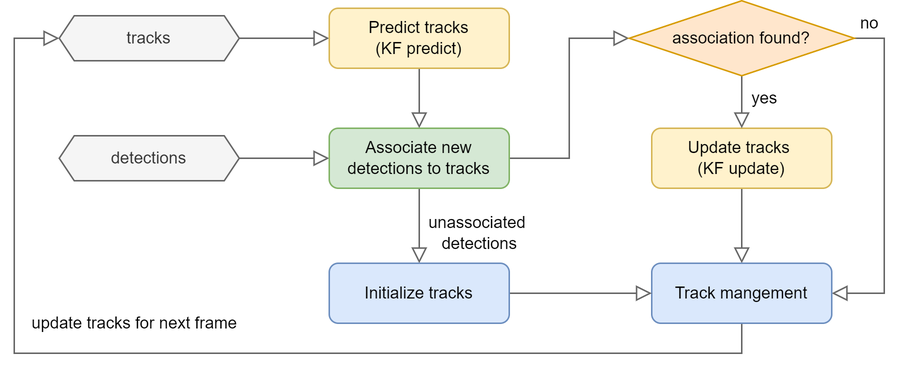
Before: content/posts/images/SORT_diagram.png, a diagram exported from draw.io (trujilloRJ/personal_blog). Source tidied: cells renumbered, new cells last; positions are measured from the earlier drawing's top-left corner, leaving out a move shared by most shapes. Source of this version:
```xml
<mxGraphModel>
  <root>
    <mxCell id="0" />
    <mxCell id="1" parent="0" />
    <mxCell id="2" style="edgeStyle=orthogonalEdgeStyle;shape=connector;rounded=0;jettySize=auto;html=1;exitX=1;exitY=0.5;exitDx=0;exitDy=0;shadow=0;strokeColor=#666666;strokeWidth=1;align=center;verticalAlign=middle;fontFamily=Helvetica;fontSize=11;fontColor=default;labelBackgroundColor=none;endArrow=block;endFill=0;endSize=8;fillColor=#f5f5f5;" parent="1" edge="1" source="3" target="10">
      <mxGeometry relative="1" as="geometry" />
    </mxCell>
    <mxCell id="3" value="detections" style="shape=hexagon;perimeter=hexagonPerimeter2;whiteSpace=wrap;html=1;fixedSize=1;fontFamily=Helvetica;fontSize=11;fontColor=#333333;labelBackgroundColor=none;size=10;fillColor=#f5f5f5;strokeColor=#666666;" parent="1" vertex="1">
      <mxGeometry x="30" y="90" width="120" height="30" as="geometry" />
    </mxCell>
    <mxCell id="4" style="edgeStyle=orthogonalEdgeStyle;shape=connector;rounded=0;jettySize=auto;html=1;exitX=1;exitY=0.5;exitDx=0;exitDy=0;shadow=0;strokeColor=#666666;strokeWidth=1;align=center;verticalAlign=middle;fontFamily=Helvetica;fontSize=11;fontColor=default;labelBackgroundColor=none;endArrow=block;endFill=0;endSize=8;fillColor=#f5f5f5;" parent="1" edge="1" source="5" target="7">
      <mxGeometry relative="1" as="geometry" />
    </mxCell>
    <mxCell id="5" value="tracks" style="shape=hexagon;perimeter=hexagonPerimeter2;whiteSpace=wrap;html=1;fixedSize=1;fontFamily=Helvetica;fontSize=11;fontColor=#333333;labelBackgroundColor=none;size=10;fillColor=#f5f5f5;strokeColor=#666666;" parent="1" vertex="1">
      <mxGeometry x="30" y="10" width="120" height="30" as="geometry" />
    </mxCell>
    <mxCell id="6" style="edgeStyle=orthogonalEdgeStyle;shape=connector;rounded=0;jettySize=auto;html=1;exitX=0.5;exitY=1;exitDx=0;exitDy=0;entryX=0.5;entryY=0;entryDx=0;entryDy=0;shadow=0;strokeColor=#666666;strokeWidth=1;align=center;verticalAlign=middle;fontFamily=Helvetica;fontSize=11;fontColor=default;labelBackgroundColor=none;endArrow=block;endFill=0;endSize=8;fillColor=#f5f5f5;" parent="1" edge="1" source="7" target="10">
      <mxGeometry relative="1" as="geometry" />
    </mxCell>
    <mxCell id="7" value="Predict tracks&lt;div&gt;(KF predict)&lt;/div&gt;" style="rounded=1;whiteSpace=wrap;html=1;fontSize=11;glass=0;strokeWidth=1;shadow=0;fillColor=#fff2cc;strokeColor=#d6b656;" parent="1" vertex="1">
      <mxGeometry x="210" y="5" width="120" height="40" as="geometry" />
    </mxCell>
    <mxCell id="8" style="edgeStyle=orthogonalEdgeStyle;shape=connector;rounded=0;jettySize=auto;html=1;exitX=1;exitY=0.5;exitDx=0;exitDy=0;entryX=0;entryY=0.5;entryDx=0;entryDy=0;shadow=0;strokeColor=#666666;strokeWidth=1;align=center;verticalAlign=middle;fontFamily=Helvetica;fontSize=11;fontColor=default;labelBackgroundColor=none;endArrow=block;endFill=0;endSize=8;fillColor=#f5f5f5;" parent="1" edge="1" source="10" target="15">
      <mxGeometry relative="1" as="geometry" />
    </mxCell>
    <mxCell id="9" value="unassociated&amp;nbsp;&lt;div&gt;detections&lt;/div&gt;" style="edgeStyle=orthogonalEdgeStyle;shape=connector;rounded=0;jettySize=auto;html=1;exitX=0.5;exitY=1;exitDx=0;exitDy=0;entryX=0.5;entryY=0;entryDx=0;entryDy=0;shadow=0;strokeColor=#666666;strokeWidth=1;align=center;verticalAlign=middle;fontFamily=Helvetica;fontSize=11;fontColor=default;labelBackgroundColor=none;endArrow=block;endFill=0;endSize=8;fillColor=#f5f5f5;" parent="1" edge="1" source="10" target="19">
      <mxGeometry x="0.2" y="40" relative="1" as="geometry" />
    </mxCell>
    <mxCell id="10" value="Associate new detections to tracks" style="rounded=1;whiteSpace=wrap;html=1;fontSize=11;glass=0;strokeWidth=1;shadow=0;fillColor=#d5e8d4;strokeColor=#82b366;" parent="1" vertex="1">
      <mxGeometry x="210" y="85" width="120" height="40" as="geometry" />
    </mxCell>
    <mxCell id="11" style="edgeStyle=orthogonalEdgeStyle;shape=connector;rounded=0;jettySize=auto;html=1;exitX=0.5;exitY=1;exitDx=0;exitDy=0;shadow=0;strokeColor=#666666;strokeWidth=1;align=center;verticalAlign=middle;fontFamily=Helvetica;fontSize=11;fontColor=default;labelBackgroundColor=none;endArrow=block;endFill=0;endSize=8;fillColor=#f5f5f5;" parent="1" edge="1" source="12" target="17">
      <mxGeometry relative="1" as="geometry" />
    </mxCell>
    <mxCell id="12" value="Update tracks&amp;nbsp;&lt;div&gt;(KF update)&lt;/div&gt;" style="rounded=1;whiteSpace=wrap;html=1;fontSize=11;glass=0;strokeWidth=1;shadow=0;fillColor=#fff2cc;strokeColor=#d6b656;" parent="1" vertex="1">
      <mxGeometry x="425" y="85" width="120" height="40" as="geometry" />
    </mxCell>
    <mxCell id="13" value="no" style="edgeStyle=orthogonalEdgeStyle;shape=connector;rounded=0;jettySize=auto;html=1;exitX=1;exitY=0.5;exitDx=0;exitDy=0;entryX=1;entryY=0.5;entryDx=0;entryDy=0;shadow=0;strokeColor=#666666;strokeWidth=1;align=center;verticalAlign=middle;fontFamily=Helvetica;fontSize=11;fontColor=default;labelBackgroundColor=none;endArrow=block;endFill=0;endSize=8;fillColor=#f5f5f5;" parent="1" edge="1" source="15" target="17">
      <mxGeometry x="-0.91" y="10" relative="1" as="geometry" />
    </mxCell>
    <mxCell id="14" value="yes" style="edgeStyle=orthogonalEdgeStyle;shape=connector;rounded=0;jettySize=auto;html=1;exitX=0.5;exitY=1;exitDx=0;exitDy=0;entryX=0.5;entryY=0;entryDx=0;entryDy=0;shadow=0;strokeColor=#666666;strokeWidth=1;align=center;verticalAlign=middle;fontFamily=Helvetica;fontSize=11;fontColor=default;labelBackgroundColor=none;endArrow=block;endFill=0;endSize=8;fillColor=#f5f5f5;" parent="1" edge="1" source="15" target="12">
      <mxGeometry x="-0.14" y="15" relative="1" as="geometry" />
    </mxCell>
    <mxCell id="15" value="association found?" style="rhombus;whiteSpace=wrap;html=1;fontFamily=Helvetica;fontSize=11;labelBackgroundColor=none;fillColor=#ffe6cc;strokeColor=#d79b00;" parent="1" vertex="1">
      <mxGeometry x="410" width="150" height="50" as="geometry" />
    </mxCell>
    <mxCell id="16" value="update tracks for next frame" style="edgeStyle=orthogonalEdgeStyle;shape=connector;rounded=0;jettySize=auto;html=1;exitX=0.5;exitY=1;exitDx=0;exitDy=0;entryX=0;entryY=0.5;entryDx=0;entryDy=0;shadow=0;strokeColor=#666666;strokeWidth=1;align=center;verticalAlign=middle;fontFamily=Helvetica;fontSize=11;fontColor=default;labelBackgroundColor=none;endArrow=block;endFill=0;endSize=8;fillColor=#f5f5f5;" parent="1" edge="1" source="17" target="5">
      <mxGeometry x="0.14" y="-20" relative="1" as="geometry">
        <Array as="points">
          <mxPoint x="485" y="235" />
          <mxPoint y="235" />
          <mxPoint y="25" />
        </Array>
      </mxGeometry>
    </mxCell>
    <mxCell id="17" value="Track mangement" style="rounded=1;whiteSpace=wrap;html=1;fontSize=11;glass=0;strokeWidth=1;shadow=0;fillColor=#dae8fc;strokeColor=#6c8ebf;" parent="1" vertex="1">
      <mxGeometry x="425" y="175" width="120" height="40" as="geometry" />
    </mxCell>
    <mxCell id="18" style="edgeStyle=orthogonalEdgeStyle;shape=connector;rounded=0;jettySize=auto;html=1;exitX=1;exitY=0.5;exitDx=0;exitDy=0;shadow=0;strokeColor=#666666;strokeWidth=1;align=center;verticalAlign=middle;fontFamily=Helvetica;fontSize=11;fontColor=default;labelBackgroundColor=none;endArrow=block;endFill=0;endSize=8;fillColor=#f5f5f5;" parent="1" edge="1" source="19" target="17">
      <mxGeometry relative="1" as="geometry" />
    </mxCell>
    <mxCell id="19" value="Initialize tracks" style="rounded=1;whiteSpace=wrap;html=1;fontSize=11;glass=0;strokeWidth=1;shadow=0;fillColor=#dae8fc;strokeColor=#6c8ebf;" parent="1" vertex="1">
      <mxGeometry x="210" y="175" width="120" height="40" as="geometry" />
    </mxCell>
  </root>
</mxGraphModel>
```
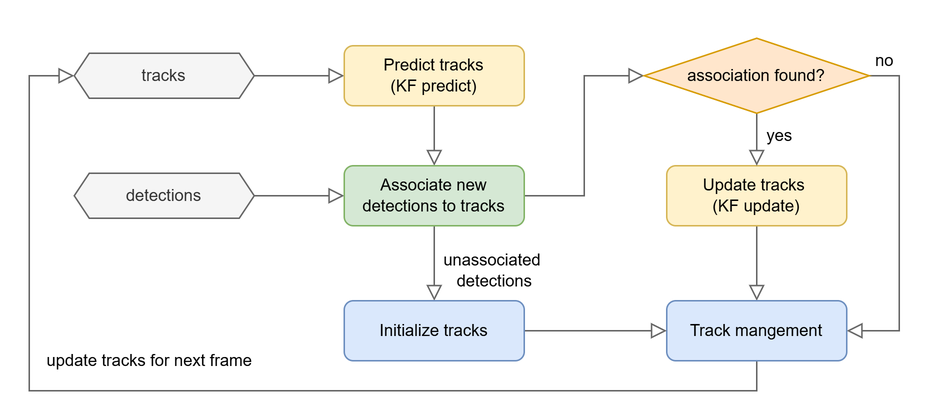
Later version of the same file.

Commit message:
finish object-tracking-sort post

What changed in the source:
```diff
@@ -2,65 +2,68 @@
   <root>
     <mxCell id="0" />
     <mxCell id="1" parent="0" />
-    <mxCell id="2" style="edgeStyle=orthogonalEdgeStyle;shape=connector;rounded=0;jettySize=auto;html=1;exitX=1;exitY=0.5;exitDx=0;exitDy=0;shadow=0;strokeColor=#666666;strokeWidth=1;align=center;verticalAlign=middle;fontFamily=Helvetica;fontSize=11;fontColor=default;labelBackgroundColor=none;endArrow=block;endFill=0;endSize=8;fillColor=#f5f5f5;" parent="1" edge="1" source="3" target="10">
-      <mxGeometry relative="1" as="geometry" />
+    <mxCell id="2" style="rounded=0;whiteSpace=wrap;html=1;strokeColor=none;" parent="1" vertex="1">
+      <mxGeometry x="-20" y="-25" width="620" height="280" as="geometry" />
     </mxCell>
-    <mxCell id="3" value="detections" style="shape=hexagon;perimeter=hexagonPerimeter2;whiteSpace=wrap;html=1;fixedSize=1;fontFamily=Helvetica;fontSize=11;fontColor=#333333;labelBackgroundColor=none;size=10;fillColor=#f5f5f5;strokeColor=#666666;" parent="1" vertex="1">
-      <mxGeometry x="30" y="90" width="120" height="30" as="geometry" />
+    <mxCell id="3" style="edgeStyle=orthogonalEdgeStyle;shape=connector;rounded=0;jettySize=auto;html=1;exitX=1;exitY=0.5;exitDx=0;exitDy=0;shadow=0;strokeColor=#666666;strokeWidth=1;align=center;verticalAlign=middle;fontFamily=Helvetica;fontSize=11;fontColor=default;labelBackgroundColor=none;endArrow=block;endFill=0;endSize=8;fillColor=#f5f5f5;" parent="1" edge="1" source="4" target="11">
+      <mxGeometry relative="1" as="geometry" />
     </mxCell>
-    <mxCell id="4" style="edgeStyle=orthogonalEdgeStyle;shape=connector;rounded=0;jettySize=auto;html=1;exitX=1;exitY=0.5;exitDx=0;exitDy=0;shadow=0;strokeColor=#666666;strokeWidth=1;align=center;verticalAlign=middle;fontFamily=Helvetica;fontSize=11;fontColor=default;labelBackgroundColor=none;endArrow=block;endFill=0;endSize=8;fillColor=#f5f5f5;" parent="1" edge="1" source="5" target="7">
-      <mxGeometry relative="1" as="geometry" />
+    <mxCell id="4" value="detections" style="shape=hexagon;perimeter=hexagonPerimeter2;whiteSpace=wrap;html=1;fixedSize=1;fontFamily=Helvetica;fontSize=11;fontColor=#333333;labelBackgroundColor=none;size=10;fillColor=#f5f5f5;strokeColor=#666666;" parent="1" vertex="1">
+      <mxGeometry x="30" y="90" width="120" height="30" as="geometry" />
     </mxCell>
-    <mxCell id="5" value="tracks" style="shape=hexagon;perimeter=hexagonPerimeter2;whiteSpace=wrap;html=1;fixedSize=1;fontFamily=Helvetica;fontSize=11;fontColor=#333333;labelBackgroundColor=none;size=10;fillColor=#f5f5f5;strokeColor=#666666;" parent="1" vertex="1">
-      <mxGeometry x="30" y="10" width="120" height="30" as="geometry" />
+    <mxCell id="5" style="edgeStyle=orthogonalEdgeStyle;shape=connector;rounded=0;jettySize=auto;html=1;exitX=1;exitY=0.5;exitDx=0;exitDy=0;shadow=0;strokeColor=#666666;strokeWidth=1;align=center;verticalAlign=middle;fontFamily=Helvetica;fontSize=11;fontColor=default;labelBackgroundColor=none;endArrow=block;endFill=0;endSize=8;fillColor=#f5f5f5;" parent="1" edge="1" source="6" target="8">
+      <mxGeometry relative="1" as="geometry" />
     </mxCell>
-    <mxCell id="6" style="edgeStyle=orthogonalEdgeStyle;shape=connector;rounded=0;jettySize=auto;html=1;exitX=0.5;exitY=1;exitDx=0;exitDy=0;entryX=0.5;entryY=0;entryDx=0;entryDy=0;shadow=0;strokeColor=#666666;strokeWidth=1;align=center;verticalAlign=middle;fontFamily=Helvetica;fontSize=11;fontColor=default;labelBackgroundColor=none;endArrow=block;endFill=0;endSize=8;fillColor=#f5f5f5;" parent="1" edge="1" source="7" target="10">
-      <mxGeometry relative="1" as="geometry" />
+    <mxCell id="6" value="tracks" style="shape=hexagon;perimeter=hexagonPerimeter2;whiteSpace=wrap;html=1;fixedSize=1;fontFamily=Helvetica;fontSize=11;fontColor=#333333;labelBackgroundColor=none;size=10;fillColor=#f5f5f5;strokeColor=#666666;" parent="1" vertex="1">
+      <mxGeometry x="30" y="10" width="120" height="30" as="geometry" />
     </mxCell>
-    <mxCell id="7" value="Predict tracks&lt;div&gt;(KF predict)&lt;/div&gt;" style="rounded=1;whiteSpace=wrap;html=1;fontSize=11;glass=0;strokeWidth=1;shadow=0;fillColor=#fff2cc;strokeColor=#d6b656;" parent="1" vertex="1">
-      <mxGeometry x="210" y="5" width="120" height="40" as="geometry" />
+    <mxCell id="7" style="edgeStyle=orthogonalEdgeStyle;shape=connector;rounded=0;jettySize=auto;html=1;exitX=0.5;exitY=1;exitDx=0;exitDy=0;entryX=0.5;entryY=0;entryDx=0;entryDy=0;shadow=0;strokeColor=#666666;strokeWidth=1;align=center;verticalAlign=middle;fontFamily=Helvetica;fontSize=11;fontColor=default;labelBackgroundColor=none;endArrow=block;endFill=0;endSize=8;fillColor=#f5f5f5;" parent="1" edge="1" source="8" target="11">
+      <mxGeometry relative="1" as="geometry" />
     </mxCell>
-    <mxCell id="8" style="edgeStyle=orthogonalEdgeStyle;shape=connector;rounded=0;jettySize=auto;html=1;exitX=1;exitY=0.5;exitDx=0;exitDy=0;entryX=0;entryY=0.5;entryDx=0;entryDy=0;shadow=0;strokeColor=#666666;strokeWidth=1;align=center;verticalAlign=middle;fontFamily=Helvetica;fontSize=11;fontColor=default;labelBackgroundColor=none;endArrow=block;endFill=0;endSize=8;fillColor=#f5f5f5;" parent="1" edge="1" source="10" target="15">
-      <mxGeometry relative="1" as="geometry" />
+    <mxCell id="8" value="Predict tracks&lt;div&gt;(KF predict)&lt;/div&gt;" style="rounded=1;whiteSpace=wrap;html=1;fontSize=11;glass=0;strokeWidth=1;shadow=0;fillColor=#fff2cc;strokeColor=#d6b656;" parent="1" vertex="1">
+      <mxGeometry x="210" y="5" width="120" height="40" as="geometry" />
     </mxCell>
-    <mxCell id="9" value="unassociated&amp;nbsp;&lt;div&gt;detections&lt;/div&gt;" style="edgeStyle=orthogonalEdgeStyle;shape=connector;rounded=0;jettySize=auto;html=1;exitX=0.5;exitY=1;exitDx=0;exitDy=0;entryX=0.5;entryY=0;entryDx=0;entryDy=0;shadow=0;strokeColor=#666666;strokeWidth=1;align=center;verticalAlign=middle;fontFamily=Helvetica;fontSize=11;fontColor=default;labelBackgroundColor=none;endArrow=block;endFill=0;endSize=8;fillColor=#f5f5f5;" parent="1" edge="1" source="10" target="19">
-      <mxGeometry x="0.2" y="40" relative="1" as="geometry" />
+    <mxCell id="9" style="edgeStyle=orthogonalEdgeStyle;shape=connector;rounded=0;jettySize=auto;html=1;exitX=1;exitY=0.5;exitDx=0;exitDy=0;entryX=0;entryY=0.5;entryDx=0;entryDy=0;shadow=0;strokeColor=#666666;strokeWidth=1;align=center;verticalAlign=middle;fontFamily=Helvetica;fontSize=11;fontColor=default;labelBackgroundColor=none;endArrow=block;endFill=0;endSize=8;fillColor=#f5f5f5;" parent="1" edge="1" source="11" target="16">
+      <mxGeometry relative="1" as="geometry" />
     </mxCell>
-    <mxCell id="10" value="Associate new detections to tracks" style="rounded=1;whiteSpace=wrap;html=1;fontSize=11;glass=0;strokeWidth=1;shadow=0;fillColor=#d5e8d4;strokeColor=#82b366;" parent="1" vertex="1">
-      <mxGeometry x="210" y="85" width="120" height="40" as="geometry" />
+    <mxCell id="10" value="unassociated&amp;nbsp;&lt;div&gt;detections&lt;/div&gt;" style="edgeStyle=orthogonalEdgeStyle;shape=connector;rounded=0;jettySize=auto;html=1;exitX=0.5;exitY=1;exitDx=0;exitDy=0;entryX=0.5;entryY=0;entryDx=0;entryDy=0;shadow=0;strokeColor=#666666;strokeWidth=1;align=center;verticalAlign=middle;fontFamily=Helvetica;fontSize=11;fontColor=default;labelBackgroundColor=none;endArrow=block;endFill=0;endSize=8;fillColor=#f5f5f5;" parent="1" edge="1" source="11" target="20">
+      <mxGeometry x="0.2" y="40" relative="1" as="geometry" />
     </mxCell>
-    <mxCell id="11" style="edgeStyle=orthogonalEdgeStyle;shape=connector;rounded=0;jettySize=auto;html=1;exitX=0.5;exitY=1;exitDx=0;exitDy=0;shadow=0;strokeColor=#666666;strokeWidth=1;align=center;verticalAlign=middle;fontFamily=Helvetica;fontSize=11;fontColor=default;labelBackgroundColor=none;endArrow=block;endFill=0;endSize=8;fillColor=#f5f5f5;" parent="1" edge="1" source="12" target="17">
-      <mxGeometry relative="1" as="geometry" />
+    <mxCell id="11" value="Associate new detections to tracks" style="rounded=1;whiteSpace=wrap;html=1;fontSize=11;glass=0;strokeWidth=1;shadow=0;fillColor=#d5e8d4;strokeColor=#82b366;" parent="1" vertex="1">
+      <mxGeometry x="210" y="85" width="120" height="40" as="geometry" />
     </mxCell>
-    <mxCell id="12" value="Update tracks&amp;nbsp;&lt;div&gt;(KF update)&lt;/div&gt;" style="rounded=1;whiteSpace=wrap;html=1;fontSize=11;glass=0;strokeWidth=1;shadow=0;fillColor=#fff2cc;strokeColor=#d6b656;" parent="1" vertex="1">
-      <mxGeometry x="425" y="85" width="120" height="40" as="geometry" />
+    <mxCell id="12" style="edgeStyle=orthogonalEdgeStyle;shape=connector;rounded=0;jettySize=auto;html=1;exitX=0.5;exitY=1;exitDx=0;exitDy=0;shadow=0;strokeColor=#666666;strokeWidth=1;align=center;verticalAlign=middle;fontFamily=Helvetica;fontSize=11;fontColor=default;labelBackgroundColor=none;endArrow=block;endFill=0;endSize=8;fillColor=#f5f5f5;" parent="1" edge="1" source="13" target="18">
+      <mxGeometry relative="1" as="geometry" />
     </mxCell>
-    <mxCell id="13" value="no" style="edgeStyle=orthogonalEdgeStyle;shape=connector;rounded=0;jettySize=auto;html=1;exitX=1;exitY=0.5;exitDx=0;exitDy=0;entryX=1;entryY=0.5;entryDx=0;entryDy=0;shadow=0;strokeColor=#666666;strokeWidth=1;align=center;verticalAlign=middle;fontFamily=Helvetica;fontSize=11;fontColor=default;labelBackgroundColor=none;endArrow=block;endFill=0;endSize=8;fillColor=#f5f5f5;" parent="1" edge="1" source="15" target="17">
-      <mxGeometry x="-0.91" y="10" relative="1" as="geometry" />
+    <mxCell id="13" value="Update tracks&amp;nbsp;&lt;div&gt;(KF update)&lt;/div&gt;" style="rounded=1;whiteSpace=wrap;html=1;fontSize=11;glass=0;strokeWidth=1;shadow=0;fillColor=#fff2cc;strokeColor=#d6b656;" parent="1" vertex="1">
+      <mxGeometry x="425" y="85" width="120" height="40" as="geometry" />
     </mxCell>
-    <mxCell id="14" value="yes" style="edgeStyle=orthogonalEdgeStyle;shape=connector;rounded=0;jettySize=auto;html=1;exitX=0.5;exitY=1;exitDx=0;exitDy=0;entryX=0.5;entryY=0;entryDx=0;entryDy=0;shadow=0;strokeColor=#666666;strokeWidth=1;align=center;verticalAlign=middle;fontFamily=Helvetica;fontSize=11;fontColor=default;labelBackgroundColor=none;endArrow=block;endFill=0;endSize=8;fillColor=#f5f5f5;" parent="1" edge="1" source="15" target="12">
-      <mxGeometry x="-0.14" y="15" relative="1" as="geometry" />
+    <mxCell id="14" value="no" style="edgeStyle=orthogonalEdgeStyle;shape=connector;rounded=0;jettySize=auto;html=1;exitX=1;exitY=0.5;exitDx=0;exitDy=0;entryX=1;entryY=0.5;entryDx=0;entryDy=0;shadow=0;strokeColor=#666666;strokeWidth=1;align=center;verticalAlign=middle;fontFamily=Helvetica;fontSize=11;fontColor=default;labelBackgroundColor=none;endArrow=block;endFill=0;endSize=8;fillColor=#f5f5f5;" parent="1" edge="1" source="16" target="18">
+      <mxGeometry x="-0.91" y="10" relative="1" as="geometry" />
     </mxCell>
-    <mxCell id="15" value="association found?" style="rhombus;whiteSpace=wrap;html=1;fontFamily=Helvetica;fontSize=11;labelBackgroundColor=none;fillColor=#ffe6cc;strokeColor=#d79b00;" parent="1" vertex="1">
-      <mxGeometry x="410" width="150" height="50" as="geometry" />
+    <mxCell id="15" value="yes" style="edgeStyle=orthogonalEdgeStyle;shape=connector;rounded=0;jettySize=auto;html=1;exitX=0.5;exitY=1;exitDx=0;exitDy=0;entryX=0.5;entryY=0;entryDx=0;entryDy=0;shadow=0;strokeColor=#666666;strokeWidth=1;align=center;verticalAlign=middle;fontFamily=Helvetica;fontSize=11;fontColor=default;labelBackgroundColor=none;endArrow=block;endFill=0;endSize=8;fillColor=#f5f5f5;" parent="1" edge="1" source="16" target="13">
+      <mxGeometry x="-0.14" y="15" relative="1" as="geometry" />
     </mxCell>
-    <mxCell id="16" value="update tracks for next frame" style="edgeStyle=orthogonalEdgeStyle;shape=connector;rounded=0;jettySize=auto;html=1;exitX=0.5;exitY=1;exitDx=0;exitDy=0;entryX=0;entryY=0.5;entryDx=0;entryDy=0;shadow=0;strokeColor=#666666;strokeWidth=1;align=center;verticalAlign=middle;fontFamily=Helvetica;fontSize=11;fontColor=default;labelBackgroundColor=none;endArrow=block;endFill=0;endSize=8;fillColor=#f5f5f5;" parent="1" edge="1" source="17" target="5">
-      <mxGeometry x="0.14" y="-20" relative="1" as="geometry">
-        <Array as="points">
-          <mxPoint x="485" y="235" />
-          <mxPoint y="235" />
-          <mxPoint y="25" />
-        </Array>
-      </mxGeometry>
+    <mxCell id="16" value="association found?" style="rhombus;whiteSpace=wrap;html=1;fontFamily=Helvetica;fontSize=11;labelBackgroundColor=none;fillColor=#ffe6cc;strokeColor=#d79b00;" parent="1" vertex="1">
+      <mxGeometry x="410" width="150" height="50" as="geometry" />
     </mxCell>
-    <mxCell id="17" value="Track mangement" style="rounded=1;whiteSpace=wrap;html=1;fontSize=11;glass=0;strokeWidth=1;shadow=0;fillColor=#dae8fc;strokeColor=#6c8ebf;" parent="1" vertex="1">
-      <mxGeometry x="425" y="175" width="120" height="40" as="geometry" />
+    <mxCell id="17" value="update tracks for next frame" style="edgeStyle=orthogonalEdgeStyle;shape=connector;rounded=0;jettySize=auto;html=1;exitX=0.5;exitY=1;exitDx=0;exitDy=0;entryX=0;entryY=0.5;entryDx=0;entryDy=0;shadow=0;strokeColor=#666666;strokeWidth=1;align=center;verticalAlign=middle;fontFamily=Helvetica;fontSize=11;fontColor=default;labelBackgroundColor=none;endArrow=block;endFill=0;endSize=8;fillColor=#f5f5f5;" parent="1" edge="1" source="18" target="6">
+      <mxGeometry x="0.14" y="-20" relative="1" as="geometry">
+        <Array as="points">
+          <mxPoint x="485" y="235" />
+          <mxPoint y="235" />
+          <mxPoint y="25" />
+        </Array>
+      </mxGeometry>
     </mxCell>
-    <mxCell id="18" style="edgeStyle=orthogonalEdgeStyle;shape=connector;rounded=0;jettySize=auto;html=1;exitX=1;exitY=0.5;exitDx=0;exitDy=0;shadow=0;strokeColor=#666666;strokeWidth=1;align=center;verticalAlign=middle;fontFamily=Helvetica;fontSize=11;fontColor=default;labelBackgroundColor=none;endArrow=block;endFill=0;endSize=8;fillColor=#f5f5f5;" parent="1" edge="1" source="19" target="17">
-      <mxGeometry relative="1" as="geometry" />
+    <mxCell id="18" value="Track mangement" style="rounded=1;whiteSpace=wrap;html=1;fontSize=11;glass=0;strokeWidth=1;shadow=0;fillColor=#dae8fc;strokeColor=#6c8ebf;" parent="1" vertex="1">
+      <mxGeometry x="425" y="175" width="120" height="40" as="geometry" />
     </mxCell>
-    <mxCell id="19" value="Initialize tracks" style="rounded=1;whiteSpace=wrap;html=1;fontSize=11;glass=0;strokeWidth=1;shadow=0;fillColor=#dae8fc;strokeColor=#6c8ebf;" parent="1" vertex="1">
-      <mxGeometry x="210" y="175" width="120" height="40" as="geometry" />
+    <mxCell id="19" style="edgeStyle=orthogonalEdgeStyle;shape=connector;rounded=0;jettySize=auto;html=1;exitX=1;exitY=0.5;exitDx=0;exitDy=0;shadow=0;strokeColor=#666666;strokeWidth=1;align=center;verticalAlign=middle;fontFamily=Helvetica;fontSize=11;fontColor=default;labelBackgroundColor=none;endArrow=block;endFill=0;endSize=8;fillColor=#f5f5f5;" parent="1" edge="1" source="20" target="18">
+      <mxGeometry relative="1" as="geometry" />
     </mxCell>
+    <mxCell id="20" value="Initialize tracks" style="rounded=1;whiteSpace=wrap;html=1;fontSize=11;glass=0;strokeWidth=1;shadow=0;fillColor=#dae8fc;strokeColor=#6c8ebf;" parent="1" vertex="1">
+      <mxGeometry x="210" y="175" width="120" height="40" as="geometry" />
+    </mxCell>
   </root>
 </mxGraphModel>
```
